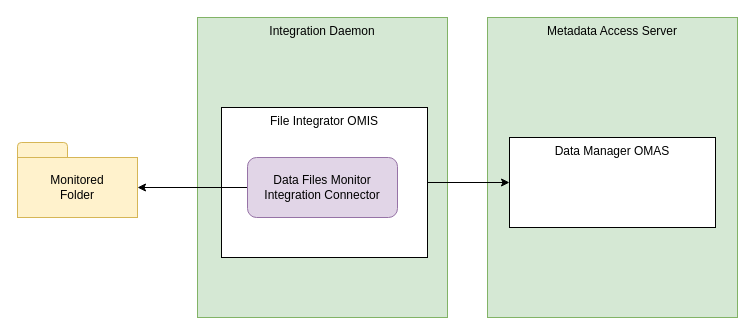
Earlier version of the draw.io diagram page "egeria-system-connectors" (3 of 27) of site/docs/connectors/connector-catalog.drawio (odpi/egeria-docs). Source tidied: cells renumbered, new cells numbered last; positions are measured from the earlier drawing's top-left corner, leaving out a move shared by most shapes. Both pictures are drawn from the tidied source at 100%, with x=0, y=0 at pixel (17, 17).
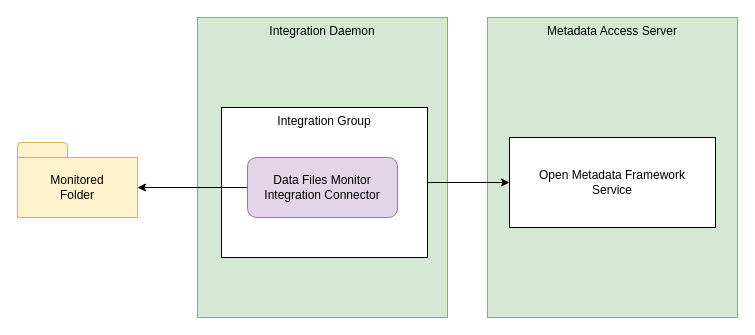
The same diagram, later.

What changed in the source:
```diff
@@
 <mxGraphModel>
   <root>
     <mxCell id="0" />
     <mxCell id="1" parent="0" />
     <mxCell id="2" value="Integration Daemon" style="rounded=0;whiteSpace=wrap;html=1;verticalAlign=top;fillColor=#d5e8d4;strokeColor=#82b366;" parent="1" vertex="1">
       <mxGeometry x="180" width="250" height="300" as="geometry" />
     </mxCell>
-    <mxCell id="3" value="File Integrator OMIS" style="rounded=0;whiteSpace=wrap;html=1;verticalAlign=top;" parent="1" vertex="1">
+    <mxCell id="3" value="Integration Group" style="rounded=0;whiteSpace=wrap;html=1;verticalAlign=top;" parent="1" vertex="1">
       <mxGeometry x="204" y="90" width="206" height="150" as="geometry" />
     </mxCell>
     <mxCell id="4" style="edgeStyle=orthogonalEdgeStyle;rounded=0;jettySize=auto;html=1;exitX=0;exitY=0.5;exitDx=0;exitDy=0;" parent="1" edge="1" source="5" target="7">
       <mxGeometry relative="1" as="geometry" />
     </mxCell>
     <mxCell id="5" value="Data Files Monitor&lt;br&gt;Integration Connector" style="rounded=1;whiteSpace=wrap;html=1;fillColor=#e1d5e7;strokeColor=#9673a6;" parent="1" vertex="1">
       <mxGeometry x="230" y="140" width="150" height="60" as="geometry" />
     </mxCell>
     <mxCell id="6" style="rounded=1;whiteSpace=wrap;html=1;fillColor=#fff2cc;strokeColor=#d6b656;" parent="1" vertex="1">
       <mxGeometry y="125" width="50" height="25" as="geometry" />
     </mxCell>
     <mxCell id="7" value="Monitored&lt;br&gt;Folder" style="rounded=0;whiteSpace=wrap;html=1;fillColor=#fff2cc;strokeColor=#d6b656;" parent="1" vertex="1">
       <mxGeometry y="140" width="120" height="60" as="geometry" />
     </mxCell>
     <mxCell id="8" value="Metadata Access Server" style="rounded=0;whiteSpace=wrap;html=1;verticalAlign=top;fillColor=#d5e8d4;strokeColor=#82b366;" parent="1" vertex="1">
       <mxGeometry x="470" width="250" height="300" as="geometry" />
     </mxCell>
-    <mxCell id="9" value="Data Manager OMAS" style="rounded=0;whiteSpace=wrap;html=1;verticalAlign=top;" parent="1" vertex="1">
+    <mxCell id="9" value="Open Metadata Framework&lt;div&gt;Service&lt;/div&gt;" style="rounded=0;whiteSpace=wrap;html=1;verticalAlign=middle;" parent="1" vertex="1">
       <mxGeometry x="492" y="120" width="206" height="90" as="geometry" />
     </mxCell>
     <mxCell id="10" style="edgeStyle=orthogonalEdgeStyle;rounded=0;jettySize=auto;html=1;entryX=0;entryY=0.5;entryDx=0;entryDy=0;" parent="1" edge="1" source="3" target="9">
       <mxGeometry relative="1" as="geometry" />
     </mxCell>
   </root>
 </mxGraphModel>
```
